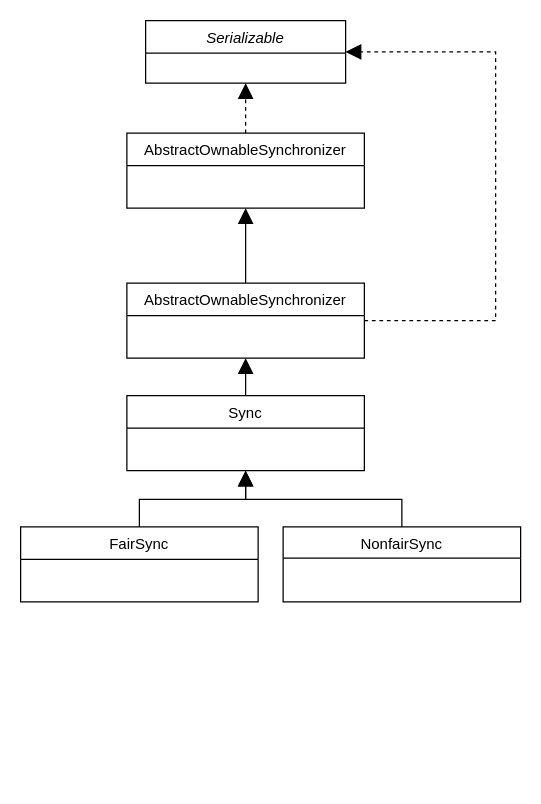
This is 工作项目/reentrantLock.drawio from springcloud-boot/draw.io, a draw.io file, before an edit. Source tidied: cells renumbered, new cells numbered last; positions are measured from the earlier drawing's top-left corner, leaving out a move shared by most shapes. Both pictures are drawn from the tidied source at 125%, with x=0, y=0 at pixel (20, 20).
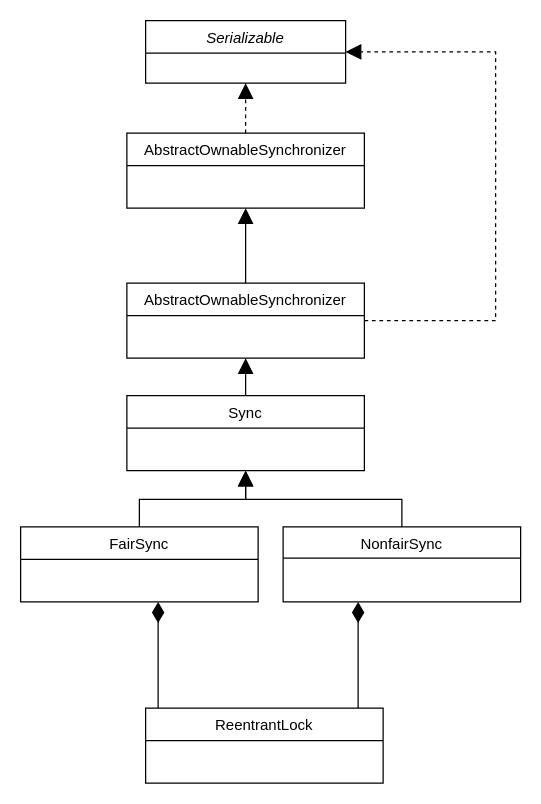
The same page after the edit.

Unchanged cells that the change refers to:
```xml
<mxCell id="10" value="FairSync" style="swimlane;fontStyle=0;align=center;verticalAlign=top;horizontal=1;startSize=26;rounded=0;shadow=0;strokeWidth=1;" parent="1" vertex="1">
  <mxGeometry y="405" width="190" height="60" as="geometry" />
</mxCell>
<mxCell id="11" value="NonfairSync" style="swimlane;fontStyle=0;align=center;verticalAlign=top;horizontal=1;startSize=25;rounded=0;shadow=0;strokeWidth=1;" parent="1" vertex="1">
  <mxGeometry x="210" y="405" width="190" height="60" as="geometry" />
</mxCell>
```

Diff of the diagram source:
```diff
@@
+    <mxCell id="14" style="edgeStyle=orthogonalEdgeStyle;rounded=0;jettySize=auto;html=1;endArrow=diamondThin;endFill=1;endSize=14;" parent="1" edge="1" source="16" target="10">
+      <mxGeometry relative="1" as="geometry">
+        <Array as="points">
+          <mxPoint x="110" y="520" />
+          <mxPoint x="110" y="520" />
+        </Array>
+      </mxGeometry>
+    </mxCell>
+    <mxCell id="15" style="edgeStyle=orthogonalEdgeStyle;rounded=0;jettySize=auto;html=1;endArrow=diamondThin;endFill=1;strokeWidth=1;endSize=14;" parent="1" edge="1" source="16" target="11">
+      <mxGeometry relative="1" as="geometry">
+        <Array as="points">
+          <mxPoint x="270" y="480" />
+          <mxPoint x="270" y="480" />
+        </Array>
+      </mxGeometry>
+    </mxCell>
+    <mxCell id="16" value="ReentrantLock" style="swimlane;fontStyle=0;align=center;verticalAlign=top;horizontal=1;startSize=26;rounded=0;shadow=0;strokeWidth=1;" parent="1" vertex="1">
+      <mxGeometry x="100" y="550" width="190" height="60" as="geometry" />
+    </mxCell>
```
